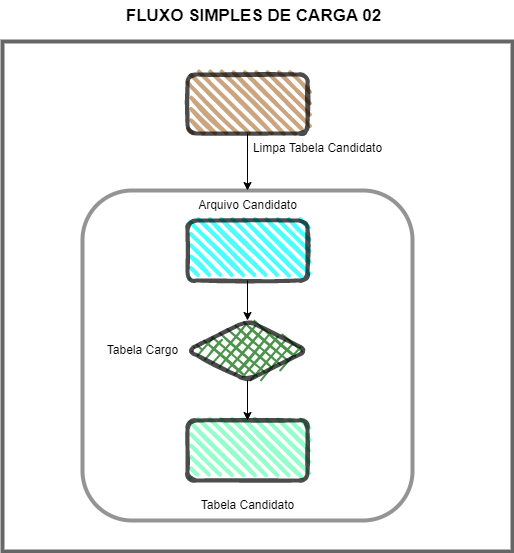
Earlier version of the draw.io export Imagens/Diagrama_Fluxo_2.drawio.png (dbaassists/Palestra). Source tidied: cells renumbered, new cells last; positions are measured from the earlier drawing's top-left corner, leaving out a move shared by most shapes. The source it was exported from:
```xml
<mxGraphModel>
  <root>
    <mxCell id="0" />
    <mxCell id="1" parent="0" />
    <mxCell id="2" style="whiteSpace=wrap;html=1;rounded=0;fillWeight=4;hachureGap=8;hachureAngle=45;jiggle=1;curveFitting=0.95;strokeColor=#666666;strokeWidth=4;fillColor=#FFFFFF;" parent="1" vertex="1">
      <mxGeometry y="40" width="510" height="510" as="geometry" />
    </mxCell>
    <mxCell id="3" value="FLUXO SIMPLES DE CARGA 02" style="text;html=1;align=center;verticalAlign=middle;strokeColor=none;fillColor=default;strokeWidth=2;fontSize=17;fontStyle=1;" parent="1" vertex="1">
      <mxGeometry x="111" width="280" height="30" as="geometry" />
    </mxCell>
    <mxCell id="4" style="whiteSpace=wrap;html=1;rounded=1;opacity=70;strokeWidth=4;strokeColor=#666666;" parent="1" vertex="1">
      <mxGeometry x="80" y="189" width="330" height="330" as="geometry" />
    </mxCell>
    <mxCell id="5" style="edgeStyle=orthogonalEdgeStyle;rounded=0;jettySize=auto;html=1;" parent="1" edge="1" source="6" target="7">
      <mxGeometry relative="1" as="geometry" />
    </mxCell>
    <mxCell id="6" style="rhombus;whiteSpace=wrap;html=1;strokeWidth=4;fillWeight=-1;hachureGap=8;fillStyle=cross-hatch;fillColor=#006600;sketch=1;rounded=1;opacity=70;" parent="1" vertex="1">
      <mxGeometry x="185" y="319" width="120" height="60" as="geometry" />
    </mxCell>
    <mxCell id="7" style="rounded=1;whiteSpace=wrap;html=1;strokeWidth=4;fillWeight=4;hachureGap=8;hachureAngle=45;fillColor=#66FFB3;sketch=1;opacity=70;" parent="1" vertex="1">
      <mxGeometry x="185" y="419" width="120" height="60" as="geometry" />
    </mxCell>
    <mxCell id="8" style="edgeStyle=orthogonalEdgeStyle;rounded=0;jettySize=auto;html=1;" parent="1" edge="1" source="9" target="6">
      <mxGeometry relative="1" as="geometry" />
    </mxCell>
    <mxCell id="9" style="rounded=1;whiteSpace=wrap;html=1;strokeWidth=4;fillWeight=4;hachureGap=8;hachureAngle=45;fillColor=#00FFFF;sketch=1;opacity=70;" parent="1" vertex="1">
      <mxGeometry x="185" y="219" width="120" height="60" as="geometry" />
    </mxCell>
    <mxCell id="10" value="Tabela Candidato" style="text;html=1;align=center;verticalAlign=middle;strokeColor=none;fillColor=none;rounded=1;" parent="1" vertex="1">
      <mxGeometry x="185" y="489" width="120" height="30" as="geometry" />
    </mxCell>
    <mxCell id="11" value="Arquivo Candidato" style="text;html=1;align=center;verticalAlign=middle;points=[];strokeColor=none;fillColor=none;rounded=1;" parent="1" vertex="1">
      <mxGeometry x="185" y="189" width="120" height="30" as="geometry" />
    </mxCell>
    <mxCell id="12" value="Tabela Cargo" style="text;html=1;align=center;verticalAlign=middle;strokeColor=none;fillColor=none;rounded=1;" parent="1" vertex="1">
      <mxGeometry x="95" y="334" width="90" height="30" as="geometry" />
    </mxCell>
    <mxCell id="13" style="edgeStyle=orthogonalEdgeStyle;rounded=0;jettySize=auto;html=1;" parent="1" edge="1" source="14" target="11">
      <mxGeometry relative="1" as="geometry" />
    </mxCell>
    <mxCell id="14" style="rounded=1;whiteSpace=wrap;html=1;gradientColor=none;sketch=1;curveFitting=0.95;jiggle=1;fillColor=#B57F48;strokeWidth=4;opacity=70;shadow=0;glass=0;perimeterSpacing=0;fillWeight=4;hachureGap=8;hachureAngle=45;" parent="1" vertex="1">
      <mxGeometry x="185" y="73" width="120" height="59" as="geometry" />
    </mxCell>
    <mxCell id="15" value="Limpa Tabela Candidato" style="text;html=1;align=center;verticalAlign=middle;strokeColor=none;fillColor=none;rounded=1;" parent="1" vertex="1">
      <mxGeometry x="240" y="132" width="150" height="30" as="geometry" />
    </mxCell>
  </root>
</mxGraphModel>
```
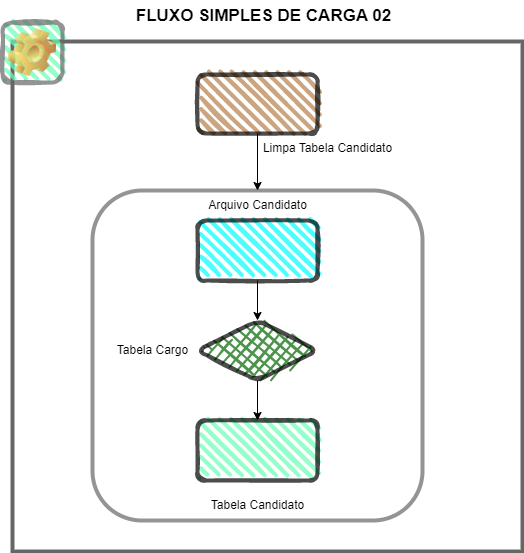
The same diagram one commit later.

The edit, as a diff of the source:
```diff
@@ -44,5 +44,8 @@
     <mxCell id="15" value="Limpa Tabela Candidato" style="text;html=1;align=center;verticalAlign=middle;strokeColor=none;fillColor=none;rounded=1;" parent="1" vertex="1">
       <mxGeometry x="240" y="132" width="150" height="30" as="geometry" />
     </mxCell>
+    <mxCell id="16" value="Icon" style="icon;image=img/clipart/Gear_128x128.png;rounded=1;fillWeight=4;hachureGap=8;hachureAngle=45;strokeColor=#666666;strokeWidth=4;fillColor=#66FFB3;opacity=70;sketch=1;curveFitting=1;jiggle=2;html=1;fontColor=#FFFFFF;" parent="1" vertex="1">
+      <mxGeometry x="-10" y="21" width="60" height="60" as="geometry" />
+    </mxCell>
   </root>
 </mxGraphModel>
```
